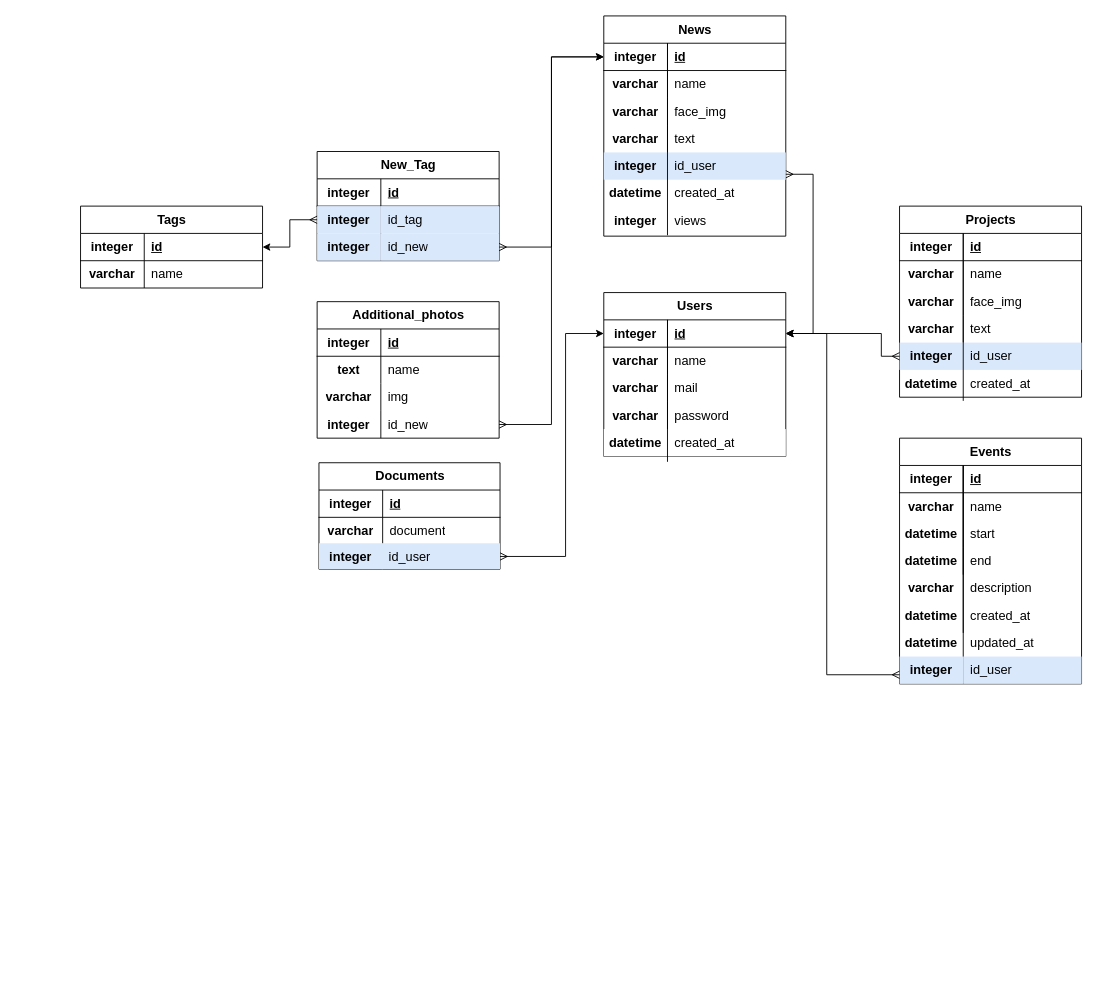
Before: page "БД 3" (13 of 17) of img/Диаграмма без названия.drawio in Discordiks/Pink_girls, a draw.io diagram. Source tidied: cells renumbered, new cells numbered last; positions are measured from the earlier drawing's top-left corner, leaving out a move shared by most shapes. Both pictures are drawn from the tidied source at 91%, with x=0, y=0 at pixel (80, 15).
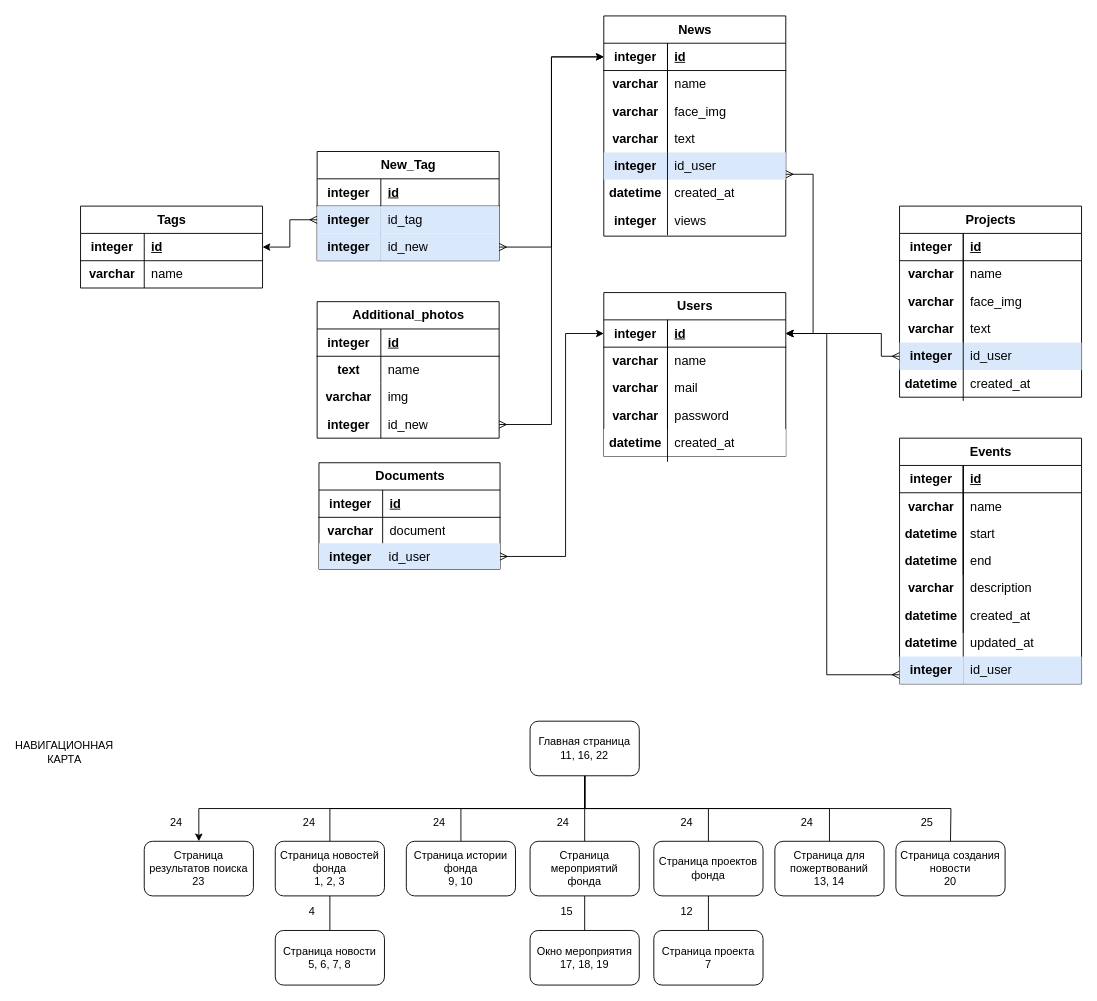
The same page after the edit.

The edit, as a diff of the source:
```diff
@@
+    <mxCell id="153" value="НАВИГАЦИОННАЯ КАРТА" style="text;html=1;align=center;verticalAlign=middle;whiteSpace=wrap;rounded=0;" parent="1" vertex="1">
+      <mxGeometry x="-67" y="794" width="99" height="30" as="geometry" />
+    </mxCell>
+    <mxCell id="154" style="edgeStyle=orthogonalEdgeStyle;rounded=0;jettySize=auto;html=1;entryX=0.5;entryY=0;entryDx=0;entryDy=0;endArrow=none;startFill=0;" parent="1" edge="1" source="161" target="163">
+      <mxGeometry relative="1" as="geometry">
+        <Array as="points">
+          <mxPoint x="554" y="871" />
+          <mxPoint x="274" y="871" />
+        </Array>
+      </mxGeometry>
+    </mxCell>
+    <mxCell id="155" style="edgeStyle=orthogonalEdgeStyle;rounded=0;jettySize=auto;html=1;exitX=0.5;exitY=1;exitDx=0;exitDy=0;entryX=0.5;entryY=0;entryDx=0;entryDy=0;endArrow=none;startFill=0;" parent="1" edge="1" source="161" target="168">
+      <mxGeometry relative="1" as="geometry" />
+    </mxCell>
+    <mxCell id="156" style="edgeStyle=orthogonalEdgeStyle;rounded=0;jettySize=auto;html=1;exitX=0.5;exitY=1;exitDx=0;exitDy=0;entryX=0.5;entryY=0;entryDx=0;entryDy=0;endArrow=none;startFill=0;" parent="1" edge="1" source="161" target="167">
+      <mxGeometry relative="1" as="geometry" />
+    </mxCell>
+    <mxCell id="157" style="edgeStyle=orthogonalEdgeStyle;rounded=0;jettySize=auto;html=1;exitX=0.5;exitY=1;exitDx=0;exitDy=0;entryX=0.5;entryY=0;entryDx=0;entryDy=0;endArrow=none;startFill=0;" parent="1" edge="1" source="161" target="165">
+      <mxGeometry relative="1" as="geometry" />
+    </mxCell>
+    <mxCell id="158" style="edgeStyle=orthogonalEdgeStyle;rounded=0;jettySize=auto;html=1;exitX=0.5;exitY=1;exitDx=0;exitDy=0;entryX=0.5;entryY=0;entryDx=0;entryDy=0;endArrow=none;startFill=0;" parent="1" edge="1" source="161" target="169">
+      <mxGeometry relative="1" as="geometry" />
+    </mxCell>
+    <mxCell id="159" style="edgeStyle=orthogonalEdgeStyle;rounded=0;jettySize=auto;html=1;exitX=0.5;exitY=1;exitDx=0;exitDy=0;entryX=0.5;entryY=0;entryDx=0;entryDy=0;endArrow=none;startFill=0;" parent="1" edge="1" source="161">
+      <mxGeometry relative="1" as="geometry">
+        <mxPoint x="956" y="907" as="targetPoint" />
+      </mxGeometry>
+    </mxCell>
+    <mxCell id="160" style="edgeStyle=orthogonalEdgeStyle;rounded=0;jettySize=auto;html=1;exitX=0.5;exitY=1;exitDx=0;exitDy=0;entryX=0.5;entryY=0;entryDx=0;entryDy=0;" parent="1" edge="1" source="161" target="177">
+      <mxGeometry relative="1" as="geometry" />
+    </mxCell>
+    <mxCell id="161" value="&lt;div&gt;Главная страница&lt;/div&gt;&lt;div&gt;11, 16, 22&lt;/div&gt;" style="rounded=1;whiteSpace=wrap;html=1;" parent="1" vertex="1">
+      <mxGeometry x="494" y="775" width="120" height="60" as="geometry" />
+    </mxCell>
+    <mxCell id="162" style="edgeStyle=orthogonalEdgeStyle;rounded=0;jettySize=auto;html=1;exitX=0.5;exitY=1;exitDx=0;exitDy=0;entryX=0.5;entryY=0;entryDx=0;entryDy=0;endArrow=none;startFill=0;" parent="1" edge="1" source="163" target="171">
+      <mxGeometry relative="1" as="geometry" />
+    </mxCell>
+    <mxCell id="163" value="&lt;div&gt;Страница новостей фонда&lt;/div&gt;&lt;div&gt;1, 2, 3&lt;/div&gt;" style="rounded=1;whiteSpace=wrap;html=1;" parent="1" vertex="1">
+      <mxGeometry x="214" y="907" width="120" height="60" as="geometry" />
+    </mxCell>
+    <mxCell id="164" style="edgeStyle=orthogonalEdgeStyle;rounded=0;jettySize=auto;html=1;exitX=0.5;exitY=1;exitDx=0;exitDy=0;entryX=0.5;entryY=0;entryDx=0;entryDy=0;endArrow=none;startFill=0;" parent="1" edge="1" source="165" target="172">
+      <mxGeometry relative="1" as="geometry" />
+    </mxCell>
+    <mxCell id="165" value="Страница проектов фонда" style="rounded=1;whiteSpace=wrap;html=1;" parent="1" vertex="1">
+      <mxGeometry x="630" y="907" width="120" height="60" as="geometry" />
+    </mxCell>
+    <mxCell id="166" style="edgeStyle=orthogonalEdgeStyle;rounded=0;jettySize=auto;html=1;exitX=0.5;exitY=1;exitDx=0;exitDy=0;entryX=0.5;entryY=0;entryDx=0;entryDy=0;endArrow=none;startFill=0;" parent="1" edge="1" source="167" target="173">
+      <mxGeometry relative="1" as="geometry" />
+    </mxCell>
+    <mxCell id="167" value="&lt;div&gt;Страница мероприятий&lt;/div&gt;&lt;div&gt;фонда&lt;/div&gt;" style="rounded=1;whiteSpace=wrap;html=1;" parent="1" vertex="1">
+      <mxGeometry x="494" y="907" width="120" height="60" as="geometry" />
+    </mxCell>
+    <mxCell id="168" value="&lt;div&gt;Страница истории фонда&lt;/div&gt;&lt;div&gt;9, 10&lt;/div&gt;" style="rounded=1;whiteSpace=wrap;html=1;" parent="1" vertex="1">
+      <mxGeometry x="358" y="907" width="120" height="60" as="geometry" />
+    </mxCell>
+    <mxCell id="169" value="&lt;div&gt;Страница для пожертвований&lt;/div&gt;&lt;div&gt;13, 14&lt;/div&gt;" style="rounded=1;whiteSpace=wrap;html=1;" parent="1" vertex="1">
+      <mxGeometry x="763" y="907" width="120" height="60" as="geometry" />
+    </mxCell>
+    <mxCell id="170" value="&lt;div&gt;Страница создания новости&lt;/div&gt;&lt;div&gt;20&lt;/div&gt;" style="rounded=1;whiteSpace=wrap;html=1;" parent="1" vertex="1">
+      <mxGeometry x="896" y="907" width="120" height="60" as="geometry" />
+    </mxCell>
+    <mxCell id="171" value="&lt;div&gt;Страница новости&lt;/div&gt;&lt;div&gt;5, 6, 7, 8&lt;/div&gt;" style="rounded=1;whiteSpace=wrap;html=1;" parent="1" vertex="1">
+      <mxGeometry x="214" y="1005" width="120" height="60" as="geometry" />
+    </mxCell>
+    <mxCell id="172" value="&lt;div&gt;Страница проекта&lt;/div&gt;7" style="rounded=1;whiteSpace=wrap;html=1;" parent="1" vertex="1">
+      <mxGeometry x="630" y="1005" width="120" height="60" as="geometry" />
+    </mxCell>
+    <mxCell id="173" value="&lt;div&gt;Окно мероприятия&lt;/div&gt;17, 18, 19" style="rounded=1;whiteSpace=wrap;html=1;" parent="1" vertex="1">
+      <mxGeometry x="494" y="1005" width="120" height="60" as="geometry" />
+    </mxCell>
+    <mxCell id="174" value="4" style="text;html=1;align=center;verticalAlign=middle;strokeColor=none;fillColor=none;" parent="1" vertex="1">
+      <mxGeometry x="241" y="972" width="25" height="26" as="geometry" />
+    </mxCell>
+    <mxCell id="175" value="12" style="text;html=1;align=center;verticalAlign=middle;strokeColor=none;fillColor=none;" parent="1" vertex="1">
+      <mxGeometry x="650" y="972" width="31" height="26" as="geometry" />
+    </mxCell>
+    <mxCell id="176" value="15" style="text;html=1;align=center;verticalAlign=middle;strokeColor=none;fillColor=none;" parent="1" vertex="1">
+      <mxGeometry x="518" y="972" width="31" height="26" as="geometry" />
+    </mxCell>
+    <mxCell id="177" value="&lt;div&gt;Страница результатов поиска&lt;/div&gt;&lt;div&gt;23&lt;/div&gt;" style="rounded=1;whiteSpace=wrap;html=1;" parent="1" vertex="1">
+      <mxGeometry x="70" y="907" width="120" height="60" as="geometry" />
+    </mxCell>
+    <mxCell id="178" value="24" style="text;html=1;align=center;verticalAlign=middle;strokeColor=none;fillColor=none;" parent="1" vertex="1">
+      <mxGeometry x="89" y="874" width="31" height="26" as="geometry" />
+    </mxCell>
+    <mxCell id="179" value="24" style="text;html=1;align=center;verticalAlign=middle;strokeColor=none;fillColor=none;" parent="1" vertex="1">
+      <mxGeometry x="235" y="874" width="31" height="26" as="geometry" />
+    </mxCell>
+    <mxCell id="180" value="24" style="text;html=1;align=center;verticalAlign=middle;strokeColor=none;fillColor=none;" parent="1" vertex="1">
+      <mxGeometry x="378" y="874" width="31" height="26" as="geometry" />
+    </mxCell>
+    <mxCell id="181" value="24" style="text;html=1;align=center;verticalAlign=middle;strokeColor=none;fillColor=none;" parent="1" vertex="1">
+      <mxGeometry x="514" y="874" width="31" height="26" as="geometry" />
+    </mxCell>
+    <mxCell id="182" value="24" style="text;html=1;align=center;verticalAlign=middle;strokeColor=none;fillColor=none;" parent="1" vertex="1">
+      <mxGeometry x="650" y="874" width="31" height="26" as="geometry" />
+    </mxCell>
+    <mxCell id="183" value="24" style="text;html=1;align=center;verticalAlign=middle;strokeColor=none;fillColor=none;" parent="1" vertex="1">
+      <mxGeometry x="782" y="874" width="31" height="26" as="geometry" />
+    </mxCell>
+    <mxCell id="184" value="25" style="text;html=1;align=center;verticalAlign=middle;strokeColor=none;fillColor=none;" parent="1" vertex="1">
+      <mxGeometry x="914" y="874" width="31" height="26" as="geometry" />
+    </mxCell>
```
